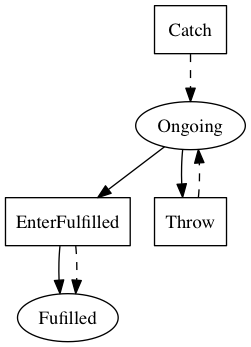
The Graphviz diagram linear_state_machine_language/pyL4/examples_graphviz_out/toy_and_teaching/minimal_future-actions2.png in Marcao02/complaw-deeptech, before a commit. Its source is kept beside it as linear_state_machine_language/pyL4/examples_graphviz_out/toy_and_teaching/minimal_future-actions2.dot.
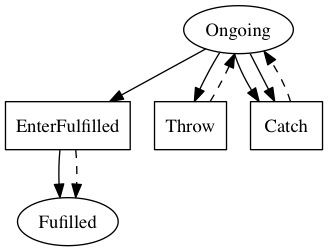
Above is the later version.

What changed in the source:
```diff
@@ -11,7 +11,9 @@
     EnterFulfilled -> Fulfilled;
 
     Ongoing -> Throw;
-	Ongoing -> EnterFulfilled
+	Ongoing -> EnterFulfilled;
+	Ongoing -> Catch;
+	Ongoing -> Catch
 
     Throw -> Ongoing [style=dashed];
 	Catch -> Ongoing [style=dashed];
```
